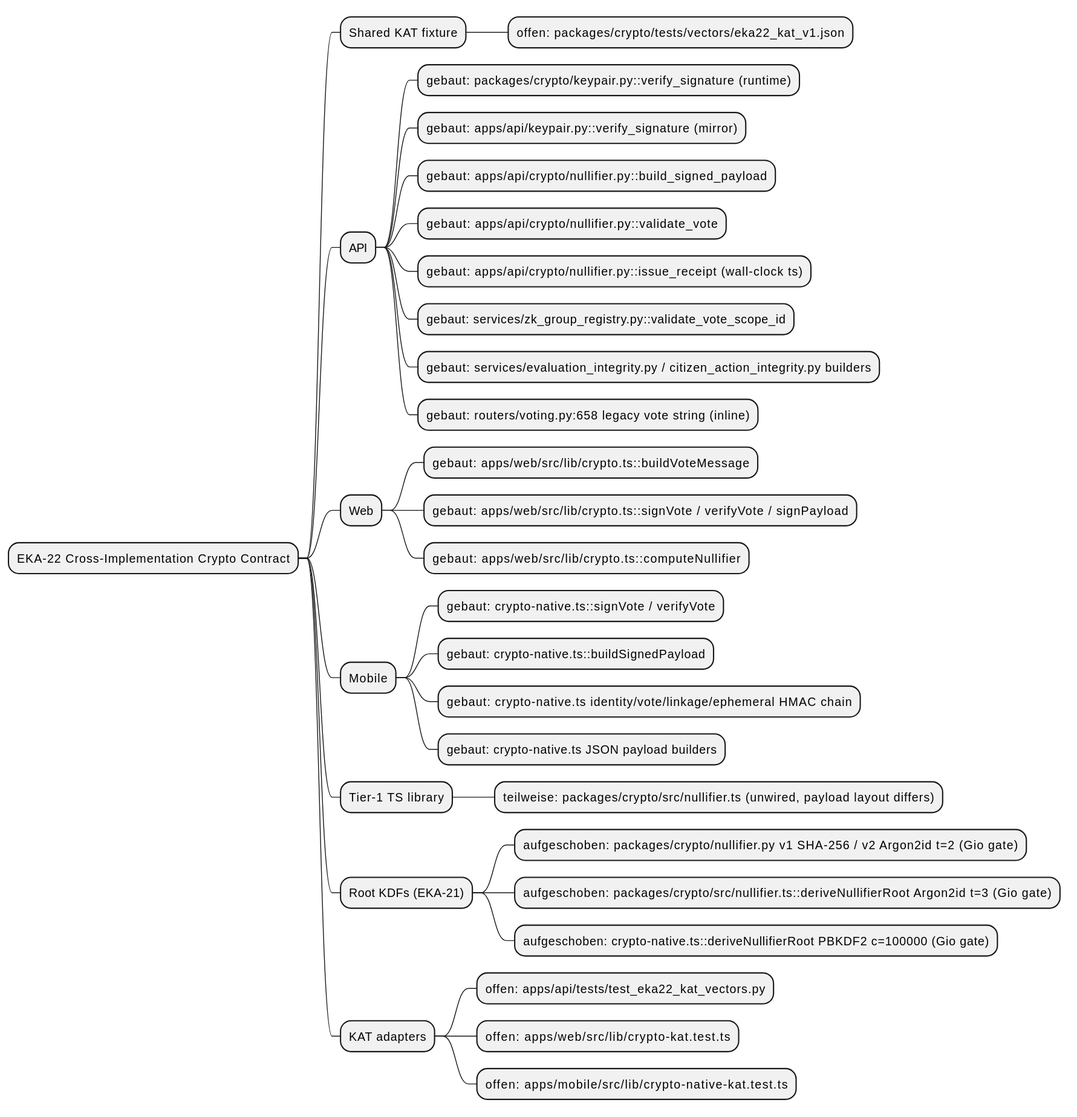
Above: docs/architecture/map_010.svg in NeaBouli/pnyx (PlantUML), before the change.
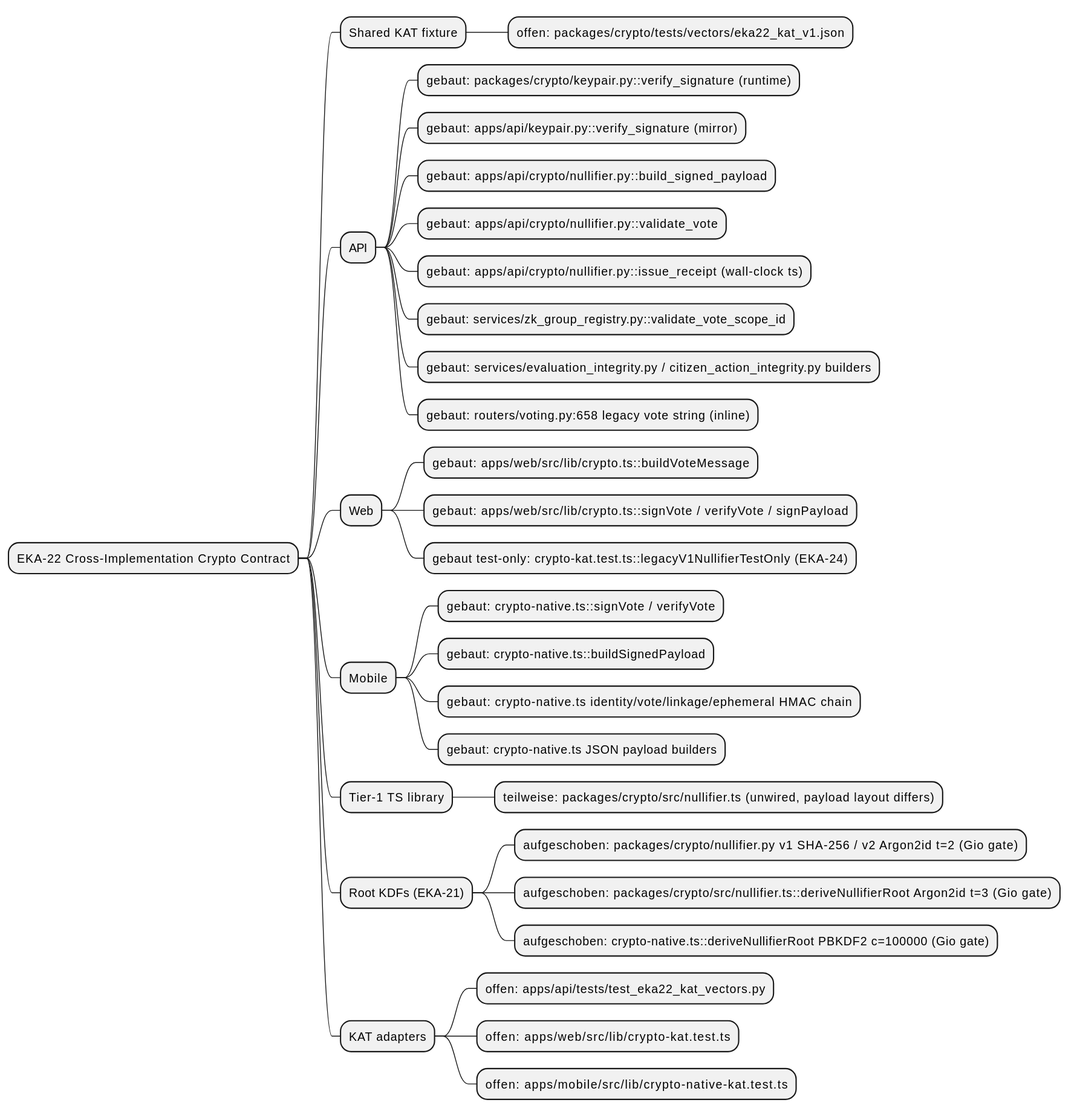
After the change.

Diff of the diagram source:
```diff
@@ -15,7 +15,7 @@
 ** Web
 *** gebaut: apps/web/src/lib/crypto.ts::buildVoteMessage
 *** gebaut: apps/web/src/lib/crypto.ts::signVote / verifyVote / signPayload
-*** gebaut: apps/web/src/lib/crypto.ts::computeNullifier
+*** gebaut test-only: crypto-kat.test.ts::legacyV1NullifierTestOnly (EKA-24)
 ** Mobile
 *** gebaut: crypto-native.ts::signVote / verifyVote
 *** gebaut: crypto-native.ts::buildSignedPayload
```
